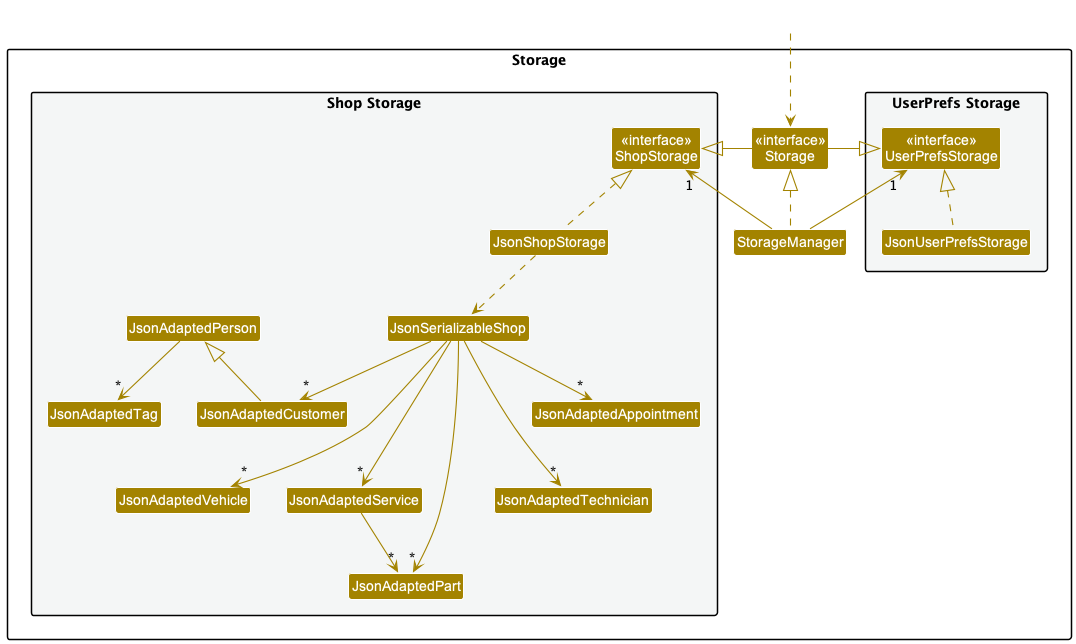
nus-cs2103-AY2223S2/tp keeps this PlantUML diagram as docs/images/StorageClassDiagram.png. Above is the earlier version. Its source is kept beside it as docs/diagrams/StorageClassDiagram.puml.
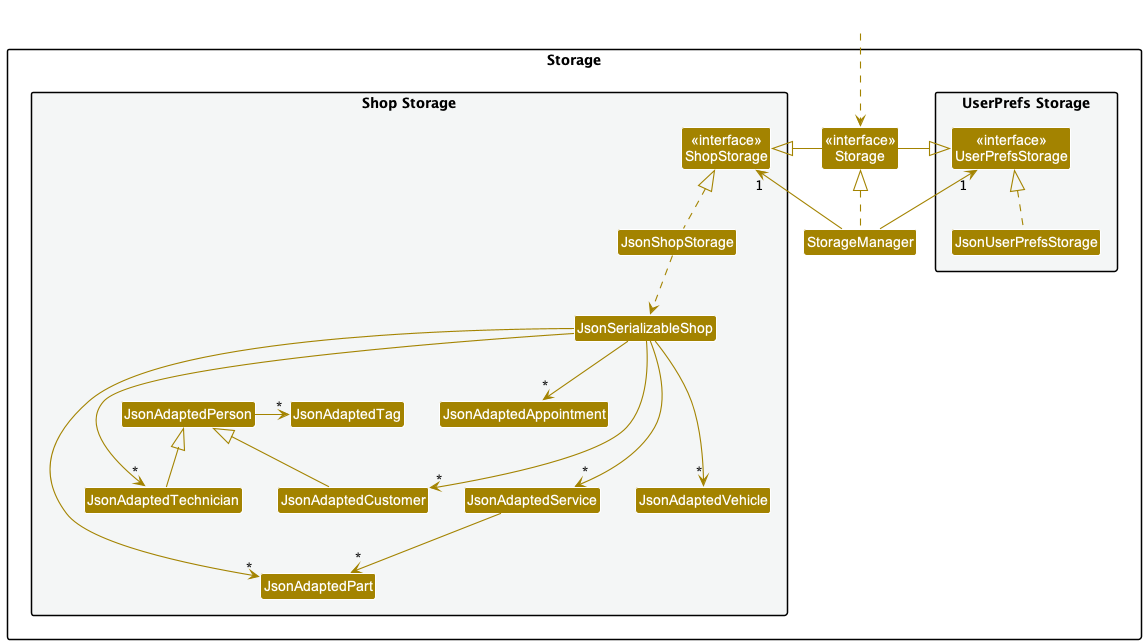
After the change.

What changed in the source:
```diff
@@ -45,8 +45,9 @@
 JsonUserPrefsStorage .up.|> UserPrefsStorage
 JsonShopStorage .up.|> ShopStorage
 JsonShopStorage ..> JsonSerializableShop
-JsonAdaptedPerson --> "*" JsonAdaptedTag
+JsonAdaptedPerson -right-> "*" JsonAdaptedTag
 JsonAdaptedCustomer -up-|> JsonAdaptedPerson
+JsonAdaptedTechnician -up-|> JsonAdaptedPerson
 JsonSerializableShop --> "*" JsonAdaptedCustomer
 JsonSerializableShop ---> "*" JsonAdaptedVehicle
 JsonSerializableShop ---> "*" JsonAdaptedService
```
